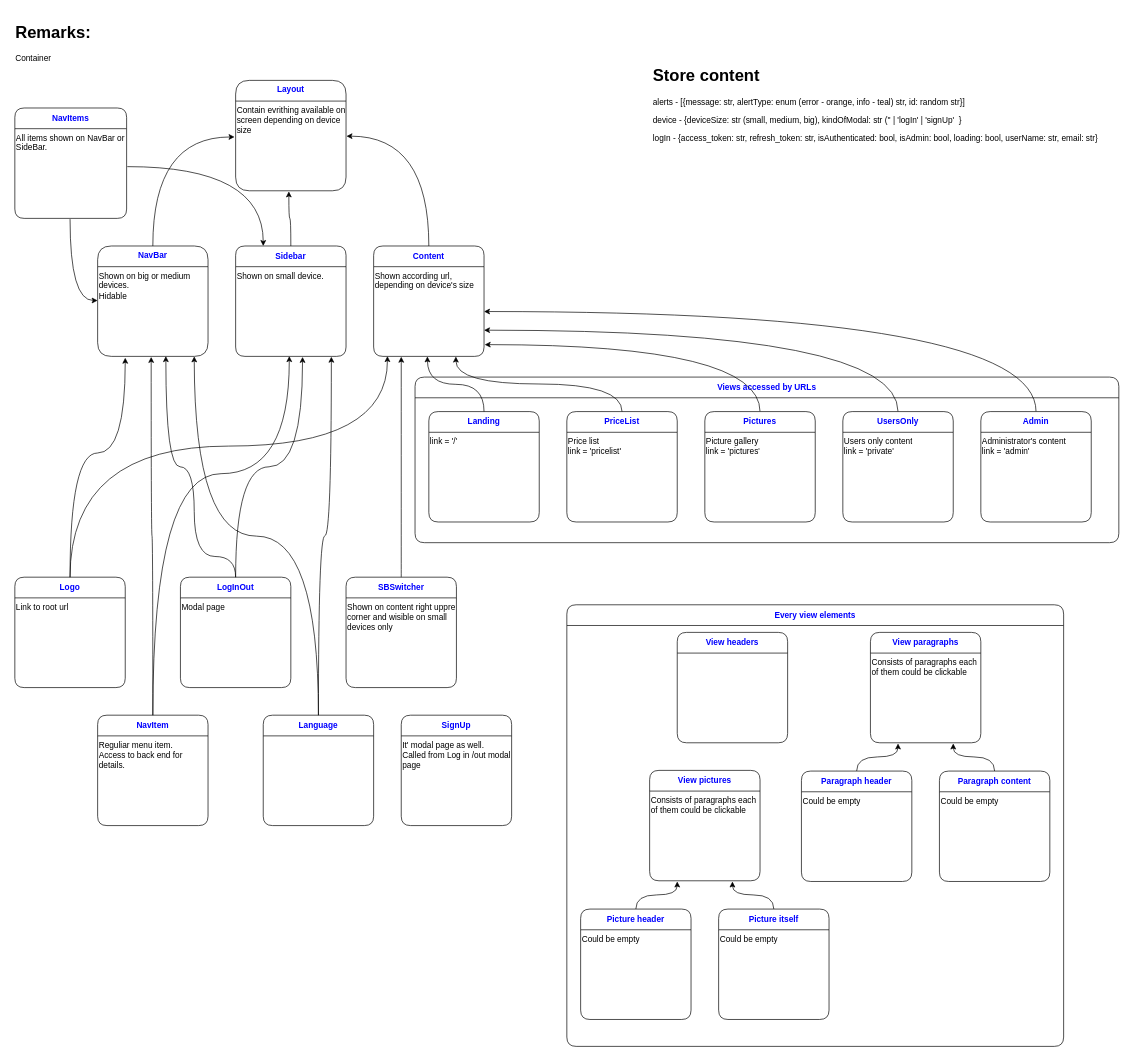
Above: page "frontend structure" (2 of 12) of market-coffee.drawio in Sergey190309/220415-market-caffee (draw.io), before the change. Source tidied: cells renumbered, new cells numbered last; positions are measured from the earlier drawing's top-left corner, leaving out a move shared by most shapes. Both pictures are drawn from the tidied source at 69%, with x=0, y=0 at pixel (12, 19).
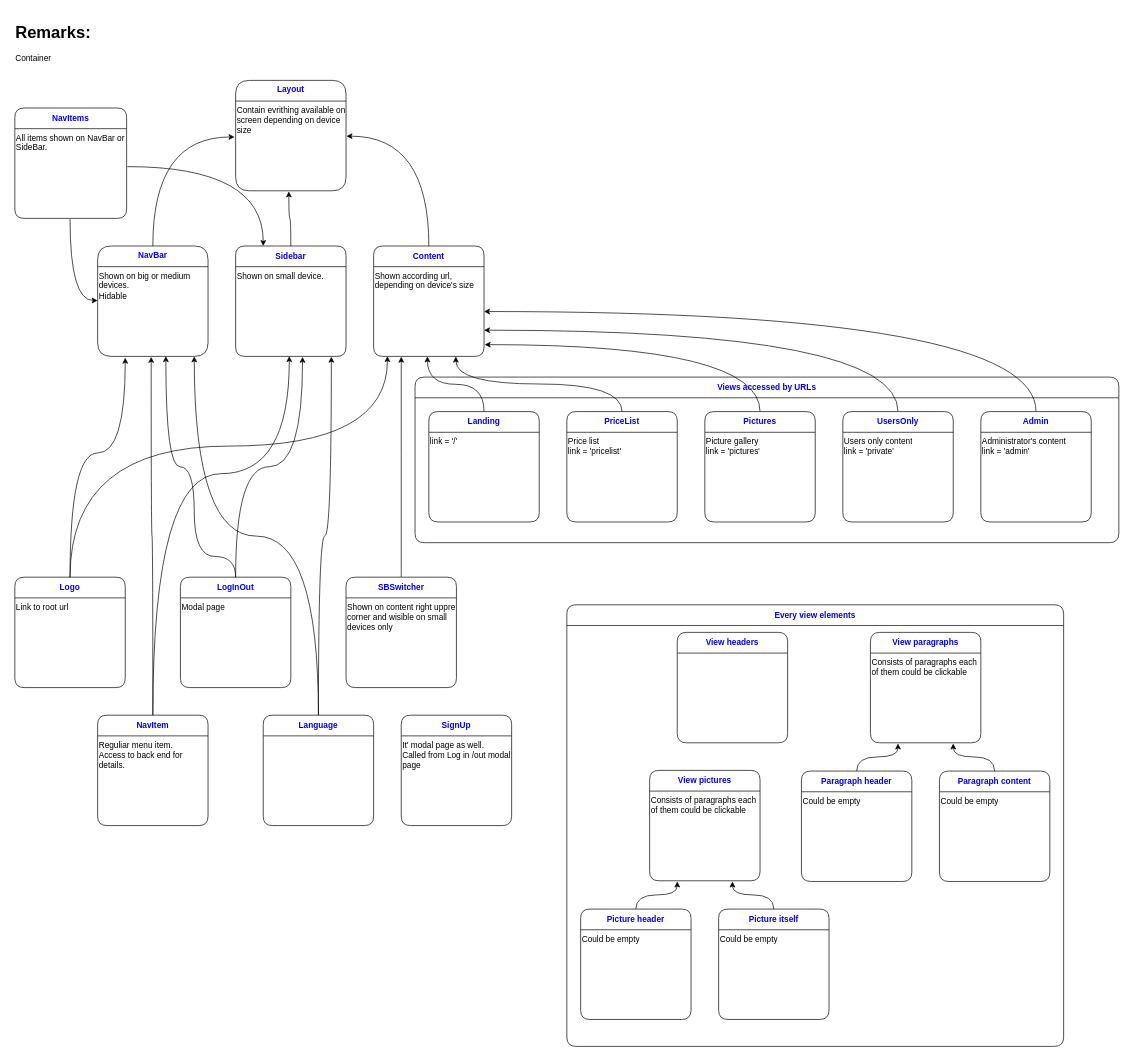
After the change.

The edit, as a diff of the source:
```diff
@@
-    <mxCell id="102" value="&lt;h1&gt;Store content&lt;/h1&gt;&lt;p&gt;alerts - [{message: str, alertType: enum (error - orange, info - teal) str, id: random str}]&amp;nbsp;&lt;/p&gt;&lt;p&gt;device - {deviceSize: str (small, medium, big), kindOfModal: str ('' | 'logIn' | 'signUp'&amp;nbsp;&amp;nbsp;&lt;span&gt;}&lt;/span&gt;&lt;/p&gt;&lt;p&gt;logIn - {&lt;span&gt;access_token: str,&amp;nbsp;&lt;/span&gt;&lt;span&gt;refresh_token: str,&amp;nbsp;&lt;/span&gt;&lt;span&gt;isAuthenticated: bool, isAdmin: bool,&amp;nbsp;&lt;/span&gt;&lt;span&gt;loading: bool,&amp;nbsp;&lt;/span&gt;&lt;span&gt;userName: str,&amp;nbsp;&lt;/span&gt;&lt;span&gt;email: str&lt;/span&gt;&lt;span&gt;}&lt;/span&gt;&lt;/p&gt;&lt;p&gt;&lt;br&gt;&lt;/p&gt;&lt;p&gt;&lt;br&gt;&lt;/p&gt;" style="text;html=1;strokeColor=none;fillColor=none;spacing=5;spacingTop=-20;whiteSpace=wrap;overflow=hidden;rounded=0;align=left;" parent="101" vertex="1">
-      <mxGeometry x="924" y="63" width="680" height="320" as="geometry" />
-    </mxCell>
```
